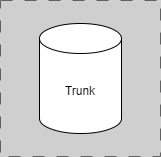
Earlier version of the draw.io export docs/assets/branching/legend-trunk.drawio.png (ready-to-release/eac). Source tidied: cells renumbered, new cells last; positions are measured from the earlier drawing's top-left corner, leaving out a move shared by most shapes.
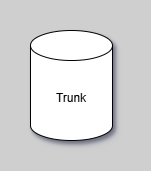
Above is the later version.

Change to the diagram source:
```diff
@@ -1,12 +1,12 @@
-<mxGraphModel background="#CFCFCF">
+<mxGraphModel background="#CFCFCF" shadow="1">
   <root>
     <mxCell id="0" />
     <mxCell id="1" parent="0" />
-    <mxCell id="2" value="Trunk" style="shape=cylinder3;whiteSpace=wrap;html=1;boundedLbl=1;backgroundOutline=1;size=15;" parent="1" vertex="1">
+    <mxCell id="2" value="Trunk" style="shape=cylinder3;whiteSpace=wrap;html=1;boundedLbl=1;backgroundOutline=1;size=15;shadow=1;" parent="1" vertex="1">
       <mxGeometry x="39" y="23" width="82" height="110" as="geometry" />
     </mxCell>
-    <mxCell id="3" style="group;strokeColor=#616161;dashed=1;dashPattern=12 12;" parent="1" vertex="1">
-      <mxGeometry width="160" height="156" as="geometry" />
-    </mxCell>
+    <mxCell id="4" style="rounded=0;strokeColor=none;fillColor=none;" parent="1" vertex="1">
+      <mxGeometry x="9" y="-7" width="140" height="160" as="geometry" />
+    </mxCell>
   </root>
 </mxGraphModel>
```
